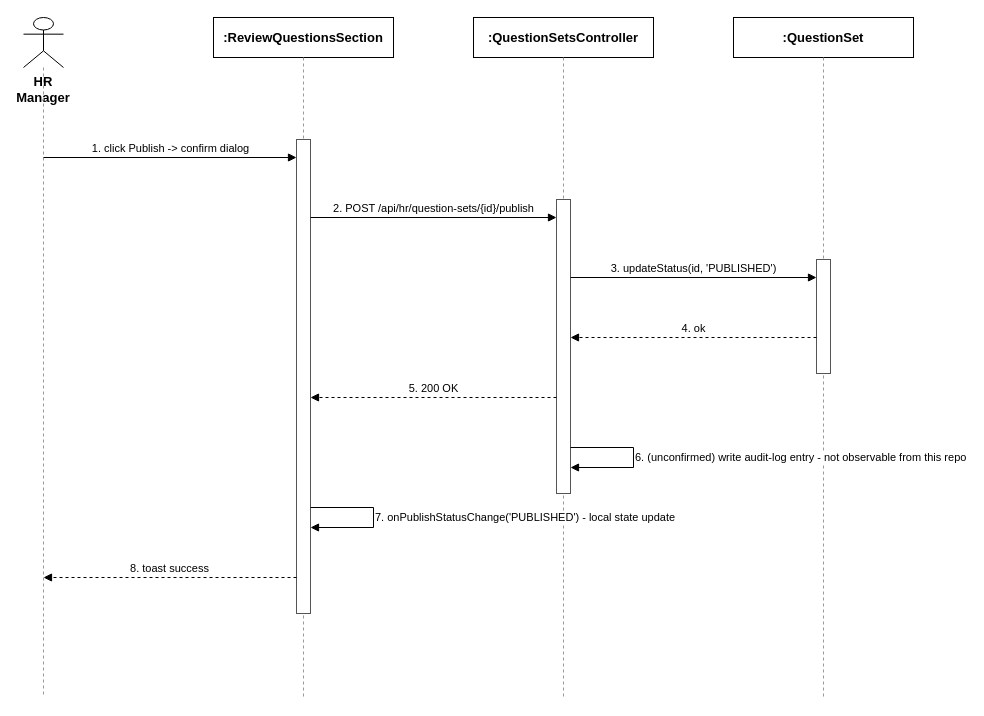
Before: page "HRManager_AuditLogging" (4 of 7) of docs/qa/sequence-diagrams.drawio in tulklk/AI_Interview_Question_Generation_RAG_LLM_FE, a draw.io diagram. Source tidied: cells renumbered, new cells numbered last; positions are measured from the earlier drawing's top-left corner, leaving out a move shared by most shapes. Both pictures are drawn from the tidied source at 100%, with x=0, y=0 at pixel (23, 17).
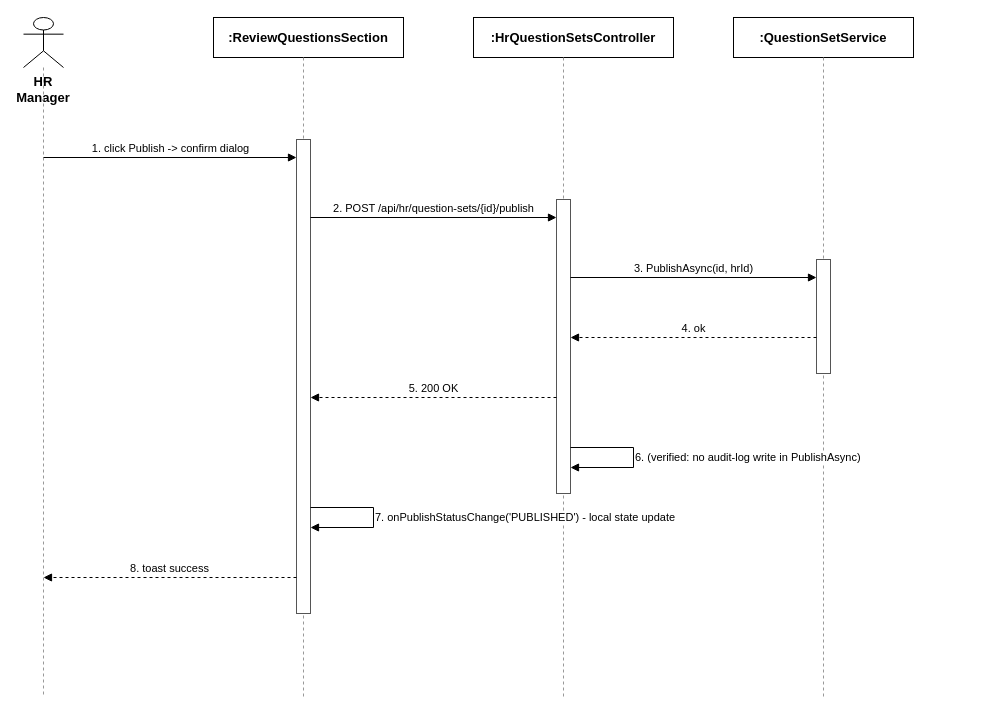
The same page after the edit.

The edit, as a diff of the source:
```diff
@@
     <mxCell id="4" value=":ReviewQuestionsSection" style="rounded=0;whiteSpace=wrap;html=1;fontSize=13;fillColor=#ffffff;strokeColor=#000000;fontStyle=1;" parent="1" vertex="1">
-      <mxGeometry x="190" width="180" height="40" as="geometry" />
+      <mxGeometry x="190" width="190" height="40" as="geometry" />
     </mxCell>
@@
-    <mxCell id="6" value=":QuestionSetsController" style="rounded=0;whiteSpace=wrap;html=1;fontSize=13;fillColor=#ffffff;strokeColor=#000000;fontStyle=1;" parent="1" vertex="1">
-      <mxGeometry x="450" width="180" height="40" as="geometry" />
+    <mxCell id="6" value=":HrQuestionSetsController" style="rounded=0;whiteSpace=wrap;html=1;fontSize=13;fillColor=#ffffff;strokeColor=#000000;fontStyle=1;" parent="1" vertex="1">
+      <mxGeometry x="450" width="200" height="40" as="geometry" />
     </mxCell>
@@
-    <mxCell id="8" value=":QuestionSet" style="rounded=0;whiteSpace=wrap;html=1;fontSize=13;fillColor=#ffffff;strokeColor=#000000;fontStyle=1;" parent="1" vertex="1">
+    <mxCell id="8" value=":QuestionSetService" style="rounded=0;whiteSpace=wrap;html=1;fontSize=13;fillColor=#ffffff;strokeColor=#000000;fontStyle=1;" parent="1" vertex="1">
       <mxGeometry x="710" width="180" height="40" as="geometry" />
     </mxCell>
@@
-    <mxCell id="15" value="3. updateStatus(id, 'PUBLISHED')" style="endArrow=block;endFill=1;html=1;fontSize=11;align=center;verticalAlign=bottom;labelBackgroundColor=#ffffff;strokeColor=#000000;" parent="1" edge="1">
+    <mxCell id="15" value="3. PublishAsync(id, hrId)" style="endArrow=block;endFill=1;html=1;fontSize=11;align=center;verticalAlign=bottom;labelBackgroundColor=#ffffff;strokeColor=#000000;" parent="1" edge="1">
       <mxGeometry relative="1" as="geometry">
         <mxPoint x="547" y="260" as="sourcePoint" />
         <mxPoint x="793" y="260" as="targetPoint" />
       </mxGeometry>
     </mxCell>
@@
-    <mxCell id="18" value="6. (unconfirmed) write audit-log entry - not observable from this repo" style="endArrow=block;endFill=1;html=1;fontSize=11;align=left;verticalAlign=middle;labelBackgroundColor=#ffffff;rounded=0;strokeColor=#000000;" parent="1" edge="1">
+    <mxCell id="18" value="6. (verified: no audit-log write in PublishAsync)" style="endArrow=block;endFill=1;html=1;fontSize=11;align=left;verticalAlign=middle;labelBackgroundColor=#ffffff;rounded=0;strokeColor=#000000;" parent="1" edge="1">
       <mxGeometry relative="1" as="geometry">
         <mxPoint x="547" y="430" as="sourcePoint" />
         <mxPoint x="547" y="450" as="targetPoint" />
         <Array as="points">
           <mxPoint x="610" y="430" />
           <mxPoint x="610" y="450" />
         </Array>
       </mxGeometry>
     </mxCell>
```
